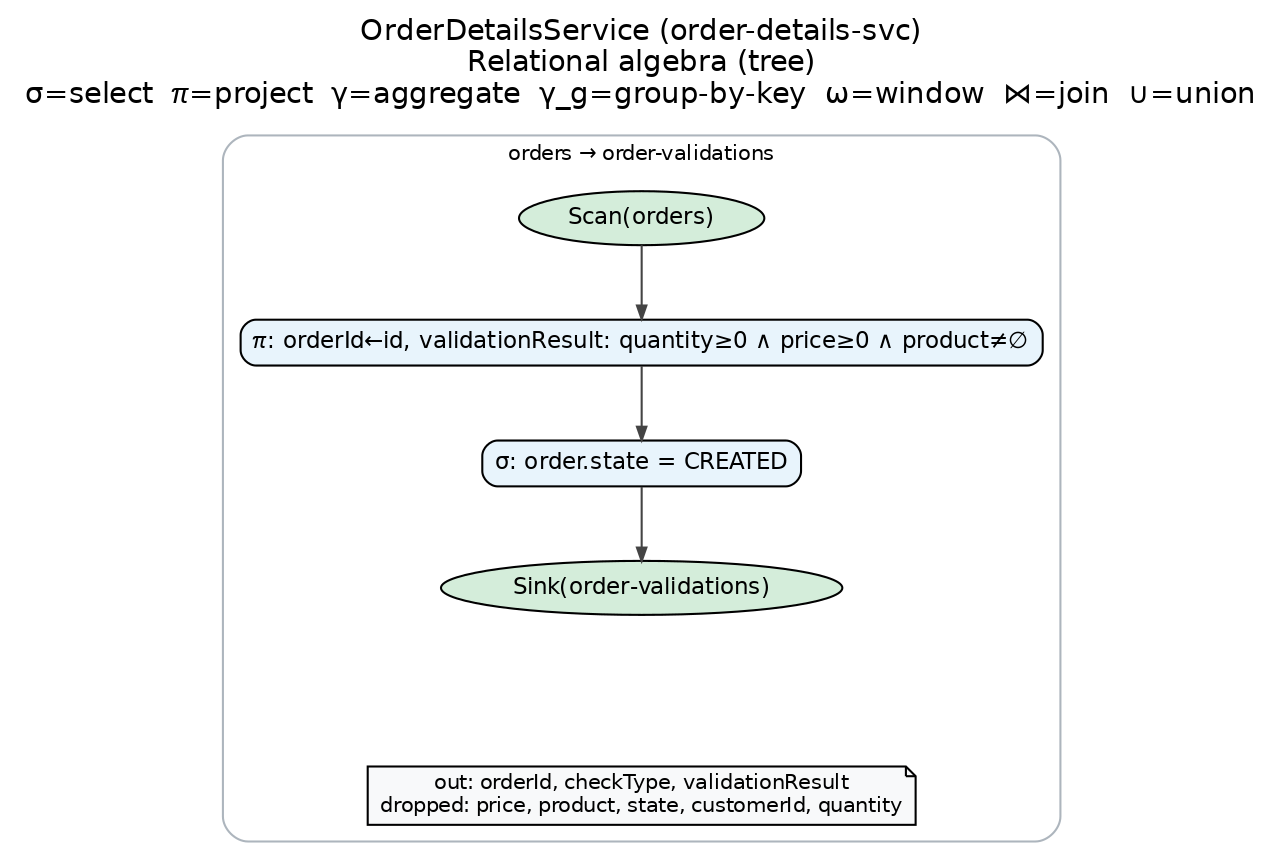
Above: docs/difc-ra-diagrams/order-details-svc-ra-flow.png in Coder2002-MSAdithya/kafka-streams-examples (Graphviz), before the change. Its source is kept beside it as docs/difc-ra-diagrams/order-details-svc-ra-flow.dot.
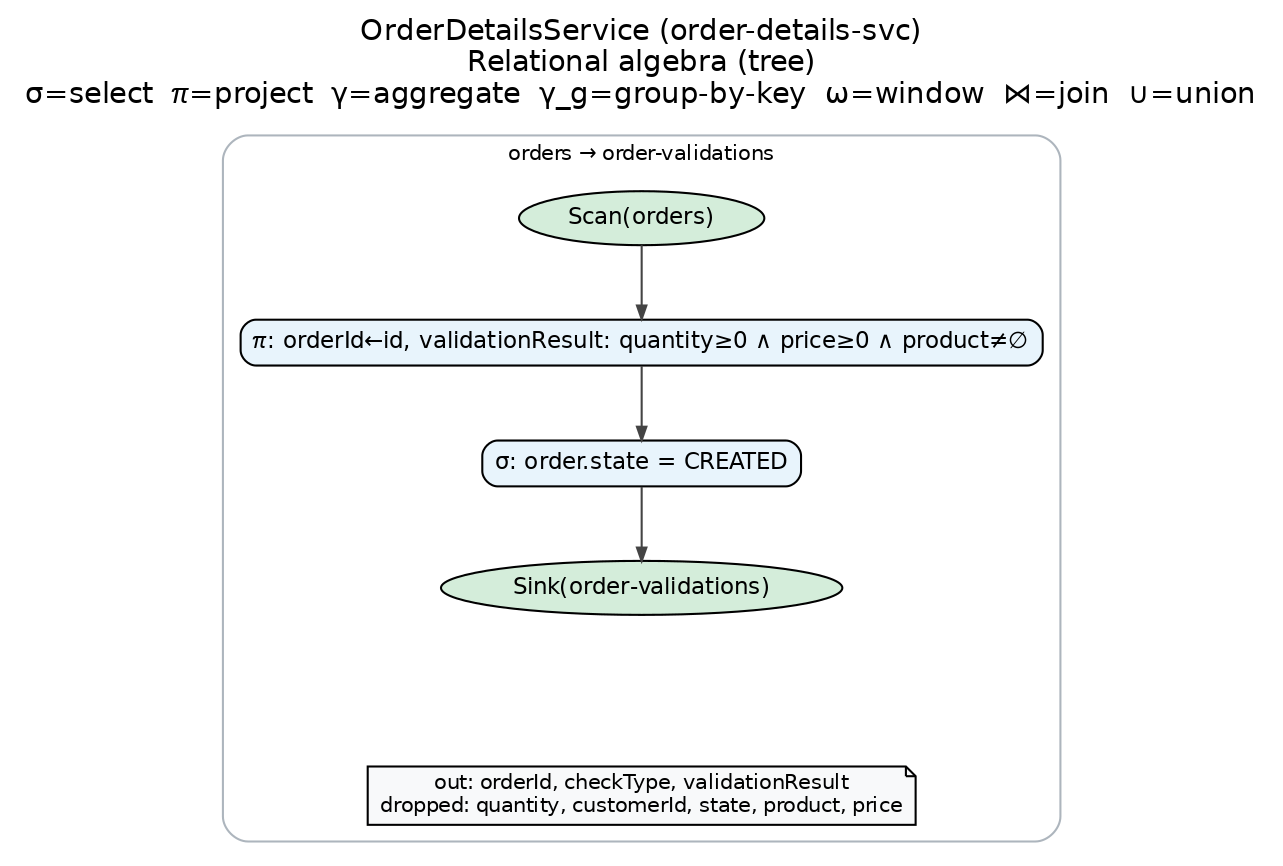
The same diagram one commit later.

Diff of the diagram source:
```diff
@@ -17,7 +17,7 @@
     r0anchor [style=invis, width=0, height=0, label=""];
     p0_sink_order_validations -> r0anchor [style=invis];
     r0anchor -> r0note [style=invis];
-    r0note [label="out: orderId, checkType, validationResult\ndropped: price, product, state, customerId, quantity", shape=note, fillcolor="#f8f9fa", fontsize=10];
+    r0note [label="out: orderId, checkType, validationResult\ndropped: quantity, customerId, state, product, price", shape=note, fillcolor="#f8f9fa", fontsize=10];
     { rank=max; r0note; }
   }
 }
```
